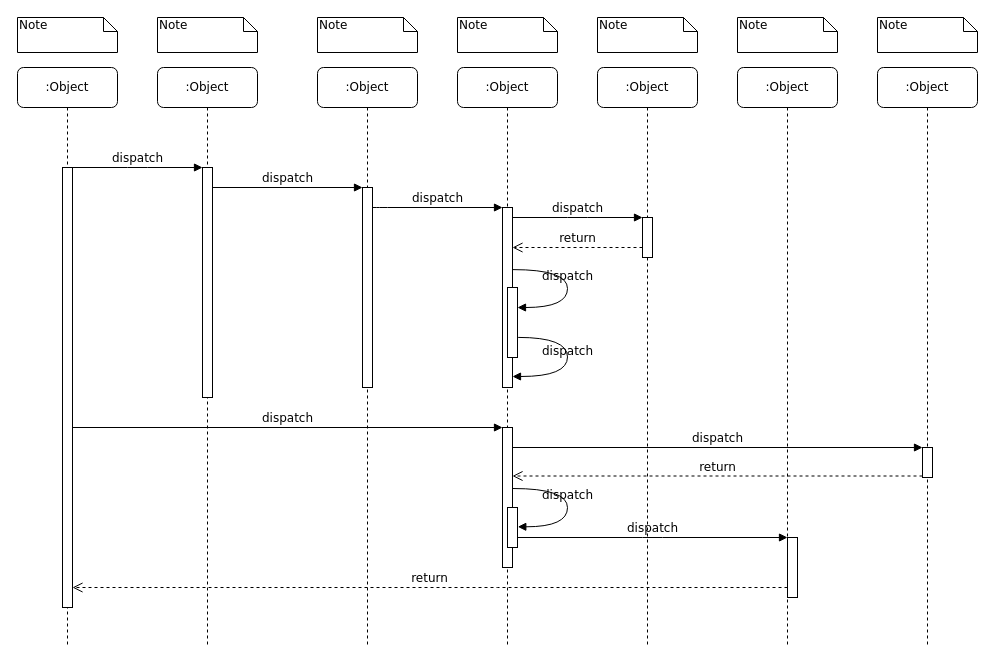
Above: draw.io/demo.drawio in risfeng/resources (draw.io), before the change. Source tidied: cells renumbered, new cells numbered last; positions are measured from the earlier drawing's top-left corner, leaving out a move shared by most shapes. Both pictures are drawn from the tidied source at 100%, with x=0, y=0 at pixel (17, 17).
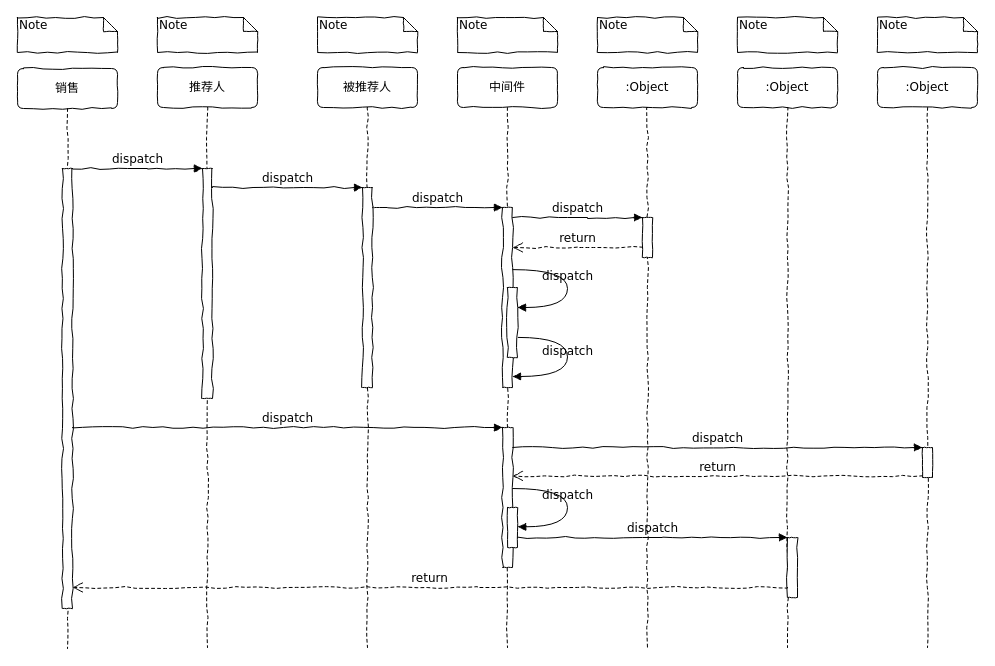
After the change.

The edit, as a diff of the source:
```diff
@@
-    <mxCell id="2" value=":Object" style="shape=umlLifeline;perimeter=lifelinePerimeter;whiteSpace=wrap;html=1;rounded=1;shadow=0;comic=0;labelBackgroundColor=none;strokeWidth=1;fontFamily=Verdana;fontSize=12;align=center;" parent="1" vertex="1">
+    <mxCell id="2" value="推荐人" style="shape=umlLifeline;perimeter=lifelinePerimeter;whiteSpace=wrap;html=1;rounded=1;shadow=0;comic=1;labelBackgroundColor=none;strokeWidth=1;fontFamily=Verdana;fontSize=12;align=center;" parent="1" vertex="1">
       <mxGeometry x="140" y="50" width="100" height="580" as="geometry" />
     </mxCell>
-    <mxCell id="3" style="html=1;points=[];perimeter=orthogonalPerimeter;rounded=0;shadow=0;comic=0;labelBackgroundColor=none;strokeWidth=1;fontFamily=Verdana;fontSize=12;align=center;" parent="2" vertex="1">
-      <mxGeometry x="45" y="100" width="10" height="230" as="geometry" />
+    <mxCell id="3" style="html=1;points=[];perimeter=orthogonalPerimeter;rounded=0;shadow=0;comic=1;labelBackgroundColor=none;strokeWidth=1;fontFamily=Verdana;fontSize=12;align=center;" parent="2" vertex="1">
+      <mxGeometry x="45" y="101" width="10" height="230" as="geometry" />
     </mxCell>
-    <mxCell id="4" value=":Object" style="shape=umlLifeline;perimeter=lifelinePerimeter;whiteSpace=wrap;html=1;rounded=1;shadow=0;comic=0;labelBackgroundColor=none;strokeWidth=1;fontFamily=Verdana;fontSize=12;align=center;" parent="1" vertex="1">
+    <mxCell id="4" value="被推荐人" style="shape=umlLifeline;perimeter=lifelinePerimeter;whiteSpace=wrap;html=1;rounded=1;shadow=0;comic=1;labelBackgroundColor=none;strokeWidth=1;fontFamily=Verdana;fontSize=12;align=center;" parent="1" vertex="1">
       <mxGeometry x="300" y="50" width="100" height="580" as="geometry" />
     </mxCell>
-    <mxCell id="5" style="html=1;points=[];perimeter=orthogonalPerimeter;rounded=0;shadow=0;comic=0;labelBackgroundColor=none;strokeWidth=1;fontFamily=Verdana;fontSize=12;align=center;" parent="4" vertex="1">
+    <mxCell id="5" style="html=1;points=[];perimeter=orthogonalPerimeter;rounded=0;shadow=0;comic=1;labelBackgroundColor=none;strokeWidth=1;fontFamily=Verdana;fontSize=12;align=center;" parent="4" vertex="1">
       <mxGeometry x="45" y="120" width="10" height="200" as="geometry" />
     </mxCell>
-    <mxCell id="6" value=":Object" style="shape=umlLifeline;perimeter=lifelinePerimeter;whiteSpace=wrap;html=1;rounded=1;shadow=0;comic=0;labelBackgroundColor=none;strokeWidth=1;fontFamily=Verdana;fontSize=12;align=center;" parent="1" vertex="1">
+    <mxCell id="6" value="中间件" style="shape=umlLifeline;perimeter=lifelinePerimeter;whiteSpace=wrap;html=1;rounded=1;shadow=0;comic=1;labelBackgroundColor=none;strokeWidth=1;fontFamily=Verdana;fontSize=12;align=center;" parent="1" vertex="1">
       <mxGeometry x="440" y="50" width="100" height="580" as="geometry" />
     </mxCell>
-    <mxCell id="7" value=":Object" style="shape=umlLifeline;perimeter=lifelinePerimeter;whiteSpace=wrap;html=1;rounded=1;shadow=0;comic=0;labelBackgroundColor=none;strokeWidth=1;fontFamily=Verdana;fontSize=12;align=center;" parent="1" vertex="1">
+    <mxCell id="7" value=":Object" style="shape=umlLifeline;perimeter=lifelinePerimeter;whiteSpace=wrap;html=1;rounded=1;shadow=0;comic=1;labelBackgroundColor=none;strokeWidth=1;fontFamily=Verdana;fontSize=12;align=center;" parent="1" vertex="1">
       <mxGeometry x="580" y="50" width="100" height="580" as="geometry" />
     </mxCell>
-    <mxCell id="8" value=":Object" style="shape=umlLifeline;perimeter=lifelinePerimeter;whiteSpace=wrap;html=1;rounded=1;shadow=0;comic=0;labelBackgroundColor=none;strokeWidth=1;fontFamily=Verdana;fontSize=12;align=center;" parent="1" vertex="1">
+    <mxCell id="8" value=":Object" style="shape=umlLifeline;perimeter=lifelinePerimeter;whiteSpace=wrap;html=1;rounded=1;shadow=0;comic=1;labelBackgroundColor=none;strokeWidth=1;fontFamily=Verdana;fontSize=12;align=center;" parent="1" vertex="1">
       <mxGeometry x="720" y="50" width="100" height="580" as="geometry" />
     </mxCell>
-    <mxCell id="9" value=":Object" style="shape=umlLifeline;perimeter=lifelinePerimeter;whiteSpace=wrap;html=1;rounded=1;shadow=0;comic=0;labelBackgroundColor=none;strokeWidth=1;fontFamily=Verdana;fontSize=12;align=center;" parent="1" vertex="1">
+    <mxCell id="9" value=":Object" style="shape=umlLifeline;perimeter=lifelinePerimeter;whiteSpace=wrap;html=1;rounded=1;shadow=0;comic=1;labelBackgroundColor=none;strokeWidth=1;fontFamily=Verdana;fontSize=12;align=center;" parent="1" vertex="1">
       <mxGeometry x="860" y="50" width="100" height="580" as="geometry" />
     </mxCell>
-    <mxCell id="10" value=":Object" style="shape=umlLifeline;perimeter=lifelinePerimeter;whiteSpace=wrap;html=1;rounded=1;shadow=0;comic=0;labelBackgroundColor=none;strokeWidth=1;fontFamily=Verdana;fontSize=12;align=center;" parent="1" vertex="1">
-      <mxGeometry y="50" width="100" height="580" as="geometry" />
+    <mxCell id="10" value="&lt;font&gt;销售&lt;/font&gt;" style="shape=umlLifeline;perimeter=lifelinePerimeter;whiteSpace=wrap;html=1;rounded=1;shadow=0;comic=1;labelBackgroundColor=none;strokeWidth=1;fontFamily=行楷;fontSize=12;align=center;" parent="1" vertex="1">
+      <mxGeometry y="51" width="100" height="580" as="geometry" />
     </mxCell>
-    <mxCell id="11" style="html=1;points=[];perimeter=orthogonalPerimeter;rounded=0;shadow=0;comic=0;labelBackgroundColor=none;strokeWidth=1;fontFamily=Verdana;fontSize=12;align=center;" parent="10" vertex="1">
+    <mxCell id="11" style="html=1;points=[];perimeter=orthogonalPerimeter;rounded=0;shadow=0;comic=1;labelBackgroundColor=none;strokeWidth=1;fontFamily=Verdana;fontSize=12;align=center;" parent="10" vertex="1">
       <mxGeometry x="45" y="100" width="10" height="440" as="geometry" />
     </mxCell>
-    <mxCell id="12" style="html=1;points=[];perimeter=orthogonalPerimeter;rounded=0;shadow=0;comic=0;labelBackgroundColor=none;strokeWidth=1;fontFamily=Verdana;fontSize=12;align=center;" parent="1" vertex="1">
+    <mxCell id="12" style="html=1;points=[];perimeter=orthogonalPerimeter;rounded=0;shadow=0;comic=1;labelBackgroundColor=none;strokeWidth=1;fontFamily=Verdana;fontSize=12;align=center;" parent="1" vertex="1">
       <mxGeometry x="485" y="190" width="10" height="180" as="geometry" />
     </mxCell>
-    <mxCell id="13" value="dispatch" style="html=1;verticalAlign=bottom;endArrow=block;labelBackgroundColor=none;fontFamily=Verdana;fontSize=12;edgeStyle=elbowEdgeStyle;elbow=vertical;" parent="1" edge="1" source="5" target="12">
+    <mxCell id="13" value="dispatch" style="html=1;verticalAlign=bottom;endArrow=block;labelBackgroundColor=none;fontFamily=Verdana;fontSize=12;edgeStyle=elbowEdgeStyle;elbow=vertical;comic=1;" parent="1" edge="1" source="5" target="12">
       <mxGeometry relative="1" as="geometry">
         <Array as="points">
           <mxPoint x="360" y="190" />
         </Array>
       </mxGeometry>
     </mxCell>
-    <mxCell id="14" style="html=1;points=[];perimeter=orthogonalPerimeter;rounded=0;shadow=0;comic=0;labelBackgroundColor=none;strokeWidth=1;fontFamily=Verdana;fontSize=12;align=center;" parent="1" vertex="1">
+    <mxCell id="14" style="html=1;points=[];perimeter=orthogonalPerimeter;rounded=0;shadow=0;comic=1;labelBackgroundColor=none;strokeWidth=1;fontFamily=Verdana;fontSize=12;align=center;" parent="1" vertex="1">
       <mxGeometry x="625" y="200" width="10" height="40" as="geometry" />
     </mxCell>
-    <mxCell id="15" value="dispatch" style="html=1;verticalAlign=bottom;endArrow=block;entryX=0;entryY=0;labelBackgroundColor=none;fontFamily=Verdana;fontSize=12;edgeStyle=elbowEdgeStyle;elbow=vertical;" parent="1" edge="1" source="12" target="14">
+    <mxCell id="15" value="dispatch" style="html=1;verticalAlign=bottom;endArrow=block;entryX=0;entryY=0;labelBackgroundColor=none;fontFamily=Verdana;fontSize=12;edgeStyle=elbowEdgeStyle;elbow=vertical;comic=1;" parent="1" edge="1" source="12" target="14">
       <mxGeometry relative="1" as="geometry" />
     </mxCell>
-    <mxCell id="16" value="return" style="html=1;verticalAlign=bottom;endArrow=open;dashed=1;endSize=8;labelBackgroundColor=none;fontFamily=Verdana;fontSize=12;edgeStyle=elbowEdgeStyle;elbow=vertical;" parent="1" edge="1" source="14" target="12">
+    <mxCell id="16" value="return" style="html=1;verticalAlign=bottom;endArrow=open;dashed=1;endSize=8;labelBackgroundColor=none;fontFamily=Verdana;fontSize=12;edgeStyle=elbowEdgeStyle;elbow=vertical;comic=1;" parent="1" edge="1" source="14" target="12">
       <mxGeometry relative="1" as="geometry">
         <Array as="points">
           <mxPoint x="570" y="230" />
           <mxPoint x="600" y="230" />
         </Array>
       </mxGeometry>
     </mxCell>
-    <mxCell id="17" style="html=1;points=[];perimeter=orthogonalPerimeter;rounded=0;shadow=0;comic=0;labelBackgroundColor=none;strokeWidth=1;fontFamily=Verdana;fontSize=12;align=center;" parent="1" vertex="1">
+    <mxCell id="17" style="html=1;points=[];perimeter=orthogonalPerimeter;rounded=0;shadow=0;comic=1;labelBackgroundColor=none;strokeWidth=1;fontFamily=Verdana;fontSize=12;align=center;" parent="1" vertex="1">
       <mxGeometry x="485" y="410" width="10" height="140" as="geometry" />
     </mxCell>
-    <mxCell id="18" value="dispatch" style="html=1;verticalAlign=bottom;endArrow=block;entryX=0;entryY=0;labelBackgroundColor=none;fontFamily=Verdana;fontSize=12;" parent="1" edge="1" source="11" target="17">
+    <mxCell id="18" value="dispatch" style="html=1;verticalAlign=bottom;endArrow=block;entryX=0;entryY=0;labelBackgroundColor=none;fontFamily=Verdana;fontSize=12;comic=1;" parent="1" edge="1" source="11" target="17">
       <mxGeometry relative="1" as="geometry" />
     </mxCell>
-    <mxCell id="19" style="html=1;points=[];perimeter=orthogonalPerimeter;rounded=0;shadow=0;comic=0;labelBackgroundColor=none;strokeColor=#000000;strokeWidth=1;fillColor=#FFFFFF;fontFamily=Verdana;fontSize=12;fontColor=#000000;align=center;" parent="1" vertex="1">
+    <mxCell id="19" style="html=1;points=[];perimeter=orthogonalPerimeter;rounded=0;shadow=0;comic=1;labelBackgroundColor=none;strokeColor=#000000;strokeWidth=1;fillColor=#FFFFFF;fontFamily=Verdana;fontSize=12;fontColor=#000000;align=center;" parent="1" vertex="1">
       <mxGeometry x="905" y="430" width="10" height="30" as="geometry" />
     </mxCell>
-    <mxCell id="20" value="dispatch" style="html=1;verticalAlign=bottom;endArrow=block;entryX=0;entryY=0;labelBackgroundColor=none;fontFamily=Verdana;fontSize=12;" parent="1" edge="1" source="17" target="19">
+    <mxCell id="20" value="dispatch" style="html=1;verticalAlign=bottom;endArrow=block;entryX=0;entryY=0;labelBackgroundColor=none;fontFamily=Verdana;fontSize=12;comic=1;" parent="1" edge="1" source="17" target="19">
       <mxGeometry relative="1" as="geometry" />
     </mxCell>
-    <mxCell id="21" value="return" style="html=1;verticalAlign=bottom;endArrow=open;dashed=1;endSize=8;exitX=0;exitY=0.95;labelBackgroundColor=none;fontFamily=Verdana;fontSize=12;" parent="1" edge="1" source="19" target="17">
+    <mxCell id="21" value="return" style="html=1;verticalAlign=bottom;endArrow=open;dashed=1;endSize=8;exitX=0;exitY=0.95;labelBackgroundColor=none;fontFamily=Verdana;fontSize=12;comic=1;" parent="1" edge="1" source="19" target="17">
       <mxGeometry relative="1" as="geometry" />
     </mxCell>
-    <mxCell id="22" style="html=1;points=[];perimeter=orthogonalPerimeter;rounded=0;shadow=0;comic=0;labelBackgroundColor=none;strokeWidth=1;fontFamily=Verdana;fontSize=12;align=center;" parent="1" vertex="1">
+    <mxCell id="22" style="html=1;points=[];perimeter=orthogonalPerimeter;rounded=0;shadow=0;comic=1;labelBackgroundColor=none;strokeWidth=1;fontFamily=Verdana;fontSize=12;align=center;" parent="1" vertex="1">
       <mxGeometry x="770" y="520" width="10" height="60" as="geometry" />
     </mxCell>
-    <mxCell id="23" value="dispatch" style="html=1;verticalAlign=bottom;endArrow=block;entryX=0;entryY=0;labelBackgroundColor=none;fontFamily=Verdana;fontSize=12;edgeStyle=elbowEdgeStyle;elbow=vertical;" parent="1" edge="1" source="30" target="22">
+    <mxCell id="23" value="dispatch" style="html=1;verticalAlign=bottom;endArrow=block;entryX=0;entryY=0;labelBackgroundColor=none;fontFamily=Verdana;fontSize=12;edgeStyle=elbowEdgeStyle;elbow=vertical;comic=1;" parent="1" edge="1" source="30" target="22">
       <mxGeometry relative="1" as="geometry" />
     </mxCell>
-    <mxCell id="24" value="return" style="html=1;verticalAlign=bottom;endArrow=open;dashed=1;endSize=8;labelBackgroundColor=none;fontFamily=Verdana;fontSize=12;edgeStyle=elbowEdgeStyle;elbow=vertical;" parent="1" edge="1" source="22" target="11">
+    <mxCell id="24" value="return" style="html=1;verticalAlign=bottom;endArrow=open;dashed=1;endSize=8;labelBackgroundColor=none;fontFamily=Verdana;fontSize=12;edgeStyle=elbowEdgeStyle;elbow=vertical;comic=1;" parent="1" edge="1" source="22" target="11">
       <mxGeometry relative="1" as="geometry">
         <Array as="points">
           <mxPoint x="470" y="570" />
         </Array>
       </mxGeometry>
     </mxCell>
-    <mxCell id="25" value="dispatch" style="html=1;verticalAlign=bottom;endArrow=block;entryX=0;entryY=0;labelBackgroundColor=none;fontFamily=Verdana;fontSize=12;edgeStyle=elbowEdgeStyle;elbow=vertical;" parent="1" edge="1" source="11" target="3">
+    <mxCell id="25" value="dispatch" style="html=1;verticalAlign=bottom;endArrow=block;entryX=0;entryY=0;labelBackgroundColor=none;fontFamily=Verdana;fontSize=12;edgeStyle=elbowEdgeStyle;elbow=vertical;comic=1;" parent="1" edge="1" source="11" target="3">
       <mxGeometry relative="1" as="geometry" />
     </mxCell>
-    <mxCell id="26" value="dispatch" style="html=1;verticalAlign=bottom;endArrow=block;entryX=0;entryY=0;labelBackgroundColor=none;fontFamily=Verdana;fontSize=12;edgeStyle=elbowEdgeStyle;elbow=vertical;" parent="1" edge="1" source="3" target="5">
+    <mxCell id="26" value="dispatch" style="html=1;verticalAlign=bottom;endArrow=block;entryX=0;entryY=0;labelBackgroundColor=none;fontFamily=Verdana;fontSize=12;edgeStyle=elbowEdgeStyle;elbow=vertical;comic=1;" parent="1" edge="1" source="3" target="5">
       <mxGeometry relative="1" as="geometry" />
     </mxCell>
-    <mxCell id="27" style="html=1;points=[];perimeter=orthogonalPerimeter;rounded=0;shadow=0;comic=0;labelBackgroundColor=none;strokeWidth=1;fontFamily=Verdana;fontSize=12;align=center;" parent="1" vertex="1">
+    <mxCell id="27" style="html=1;points=[];perimeter=orthogonalPerimeter;rounded=0;shadow=0;comic=1;labelBackgroundColor=none;strokeWidth=1;fontFamily=Verdana;fontSize=12;align=center;" parent="1" vertex="1">
       <mxGeometry x="490" y="270" width="10" height="70" as="geometry" />
     </mxCell>
-    <mxCell id="28" value="dispatch" style="html=1;verticalAlign=bottom;endArrow=block;labelBackgroundColor=none;fontFamily=Verdana;fontSize=12;elbow=vertical;edgeStyle=orthogonalEdgeStyle;curved=1;entryX=1;entryY=0.286;entryPerimeter=0;exitX=1.038;exitY=0.345;exitPerimeter=0;" parent="1" edge="1" source="12" target="27">
+    <mxCell id="28" value="dispatch" style="html=1;verticalAlign=bottom;endArrow=block;labelBackgroundColor=none;fontFamily=Verdana;fontSize=12;elbow=vertical;edgeStyle=orthogonalEdgeStyle;entryX=1;entryY=0.286;entryPerimeter=0;exitX=1.038;exitY=0.345;exitPerimeter=0;comic=1;shadow=0;curved=1;" parent="1" edge="1" source="12" target="27">
       <mxGeometry relative="1" as="geometry">
         <Array as="points">
           <mxPoint x="550" y="252" />
           <mxPoint x="550" y="290" />
         </Array>
       </mxGeometry>
     </mxCell>
-    <mxCell id="29" value="dispatch" style="html=1;verticalAlign=bottom;endArrow=block;labelBackgroundColor=none;fontFamily=Verdana;fontSize=12;elbow=vertical;edgeStyle=orthogonalEdgeStyle;curved=1;exitX=1.066;exitY=0.713;exitPerimeter=0;" parent="1" edge="1" source="27">
+    <mxCell id="29" value="dispatch" style="html=1;verticalAlign=bottom;endArrow=block;labelBackgroundColor=none;fontFamily=Verdana;fontSize=12;elbow=vertical;edgeStyle=orthogonalEdgeStyle;curved=1;exitX=1.066;exitY=0.713;exitPerimeter=0;comic=1;" parent="1" edge="1" source="27">
       <mxGeometry relative="1" as="geometry">
         <mxPoint x="495" y="359" as="targetPoint" />
         <Array as="points">
           <mxPoint x="550" y="320" />
           <mxPoint x="550" y="359" />
         </Array>
       </mxGeometry>
     </mxCell>
-    <mxCell id="30" style="html=1;points=[];perimeter=orthogonalPerimeter;rounded=0;shadow=0;comic=0;labelBackgroundColor=none;strokeWidth=1;fontFamily=Verdana;fontSize=12;align=center;" parent="1" vertex="1">
+    <mxCell id="30" style="html=1;points=[];perimeter=orthogonalPerimeter;rounded=0;shadow=0;comic=1;labelBackgroundColor=none;strokeWidth=1;fontFamily=Verdana;fontSize=12;align=center;" parent="1" vertex="1">
       <mxGeometry x="490" y="490" width="10" height="40" as="geometry" />
     </mxCell>
-    <mxCell id="31" value="dispatch" style="html=1;verticalAlign=bottom;endArrow=block;labelBackgroundColor=none;fontFamily=Verdana;fontSize=12;elbow=vertical;edgeStyle=orthogonalEdgeStyle;curved=1;entryX=1;entryY=0.286;entryPerimeter=0;exitX=1.038;exitY=0.345;exitPerimeter=0;" parent="1" edge="1">
+    <mxCell id="31" value="dispatch" style="html=1;verticalAlign=bottom;endArrow=block;labelBackgroundColor=none;fontFamily=Verdana;fontSize=12;elbow=vertical;edgeStyle=orthogonalEdgeStyle;curved=1;entryX=1;entryY=0.286;entryPerimeter=0;exitX=1.038;exitY=0.345;exitPerimeter=0;comic=1;" parent="1" edge="1">
       <mxGeometry relative="1" as="geometry">
         <mxPoint x="495.3" y="471" as="sourcePoint" />
         <mxPoint x="500.3" y="509.3" as="targetPoint" />
         <Array as="points">
           <mxPoint x="550" y="471" />
           <mxPoint x="550" y="509" />
         </Array>
       </mxGeometry>
     </mxCell>
-    <mxCell id="32" value="Note" style="shape=note;whiteSpace=wrap;html=1;size=14;verticalAlign=top;align=left;spacingTop=-6;rounded=0;shadow=0;comic=0;labelBackgroundColor=none;strokeWidth=1;fontFamily=Verdana;fontSize=12;" parent="1" vertex="1">
+    <mxCell id="32" value="Note" style="shape=note;whiteSpace=wrap;html=1;size=14;verticalAlign=top;align=left;spacingTop=-6;rounded=0;shadow=0;comic=1;labelBackgroundColor=none;strokeWidth=1;fontFamily=Verdana;fontSize=12;" parent="1" vertex="1">
       <mxGeometry width="100" height="35" as="geometry" />
     </mxCell>
-    <mxCell id="33" value="Note" style="shape=note;whiteSpace=wrap;html=1;size=14;verticalAlign=top;align=left;spacingTop=-6;rounded=0;shadow=0;comic=0;labelBackgroundColor=none;strokeWidth=1;fontFamily=Verdana;fontSize=12;" parent="1" vertex="1">
+    <mxCell id="33" value="Note" style="shape=note;whiteSpace=wrap;html=1;size=14;verticalAlign=top;align=left;spacingTop=-6;rounded=0;shadow=0;comic=1;labelBackgroundColor=none;strokeWidth=1;fontFamily=Verdana;fontSize=12;" parent="1" vertex="1">
       <mxGeometry x="140" width="100" height="35" as="geometry" />
     </mxCell>
-    <mxCell id="34" value="Note" style="shape=note;whiteSpace=wrap;html=1;size=14;verticalAlign=top;align=left;spacingTop=-6;rounded=0;shadow=0;comic=0;labelBackgroundColor=none;strokeWidth=1;fontFamily=Verdana;fontSize=12;" parent="1" vertex="1">
+    <mxCell id="34" value="Note" style="shape=note;whiteSpace=wrap;html=1;size=14;verticalAlign=top;align=left;spacingTop=-6;rounded=0;shadow=0;comic=1;labelBackgroundColor=none;strokeWidth=1;fontFamily=Verdana;fontSize=12;" parent="1" vertex="1">
       <mxGeometry x="300" width="100" height="35" as="geometry" />
     </mxCell>
-    <mxCell id="35" value="Note" style="shape=note;whiteSpace=wrap;html=1;size=14;verticalAlign=top;align=left;spacingTop=-6;rounded=0;shadow=0;comic=0;labelBackgroundColor=none;strokeWidth=1;fontFamily=Verdana;fontSize=12;" parent="1" vertex="1">
+    <mxCell id="35" value="Note" style="shape=note;whiteSpace=wrap;html=1;size=14;verticalAlign=top;align=left;spacingTop=-6;rounded=0;shadow=0;comic=1;labelBackgroundColor=none;strokeWidth=1;fontFamily=Verdana;fontSize=12;" parent="1" vertex="1">
       <mxGeometry x="440" width="100" height="35" as="geometry" />
     </mxCell>
-    <mxCell id="36" value="Note" style="shape=note;whiteSpace=wrap;html=1;size=14;verticalAlign=top;align=left;spacingTop=-6;rounded=0;shadow=0;comic=0;labelBackgroundColor=none;strokeWidth=1;fontFamily=Verdana;fontSize=12;" parent="1" vertex="1">
+    <mxCell id="36" value="Note" style="shape=note;whiteSpace=wrap;html=1;size=14;verticalAlign=top;align=left;spacingTop=-6;rounded=0;shadow=0;comic=1;labelBackgroundColor=none;strokeWidth=1;fontFamily=Verdana;fontSize=12;" parent="1" vertex="1">
       <mxGeometry x="580" width="100" height="35" as="geometry" />
     </mxCell>
-    <mxCell id="37" value="Note" style="shape=note;whiteSpace=wrap;html=1;size=14;verticalAlign=top;align=left;spacingTop=-6;rounded=0;shadow=0;comic=0;labelBackgroundColor=none;strokeWidth=1;fontFamily=Verdana;fontSize=12;" parent="1" vertex="1">
+    <mxCell id="37" value="Note" style="shape=note;whiteSpace=wrap;html=1;size=14;verticalAlign=top;align=left;spacingTop=-6;rounded=0;shadow=0;comic=1;labelBackgroundColor=none;strokeWidth=1;fontFamily=Verdana;fontSize=12;" parent="1" vertex="1">
       <mxGeometry x="720" width="100" height="35" as="geometry" />
     </mxCell>
-    <mxCell id="38" value="Note" style="shape=note;whiteSpace=wrap;html=1;size=14;verticalAlign=top;align=left;spacingTop=-6;rounded=0;shadow=0;comic=0;labelBackgroundColor=none;strokeWidth=1;fontFamily=Verdana;fontSize=12;" parent="1" vertex="1">
+    <mxCell id="38" value="Note" style="shape=note;whiteSpace=wrap;html=1;size=14;verticalAlign=top;align=left;spacingTop=-6;rounded=0;shadow=0;comic=1;labelBackgroundColor=none;strokeWidth=1;fontFamily=Verdana;fontSize=12;" parent="1" vertex="1">
       <mxGeometry x="860" width="100" height="35" as="geometry" />
     </mxCell>
```
